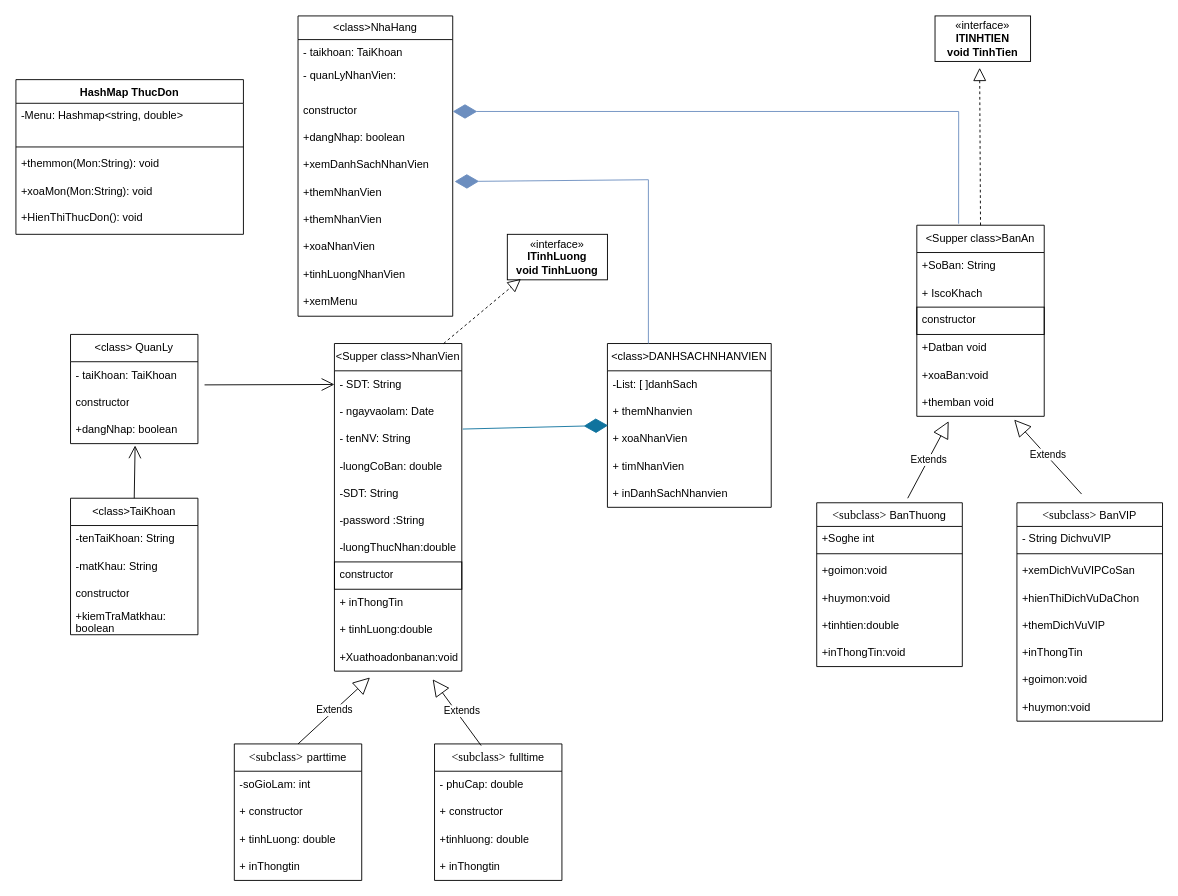
Earlier version of the draw.io diagram Biểu đồ không có tiêu đề.drawio (NguyenMTue/Team_4). Source tidied: cells renumbered, new cells numbered last; positions are measured from the earlier drawing's top-left corner, leaving out a move shared by most shapes. Both pictures are drawn from the tidied source at 91%, with x=0, y=0 at pixel (15, 15).
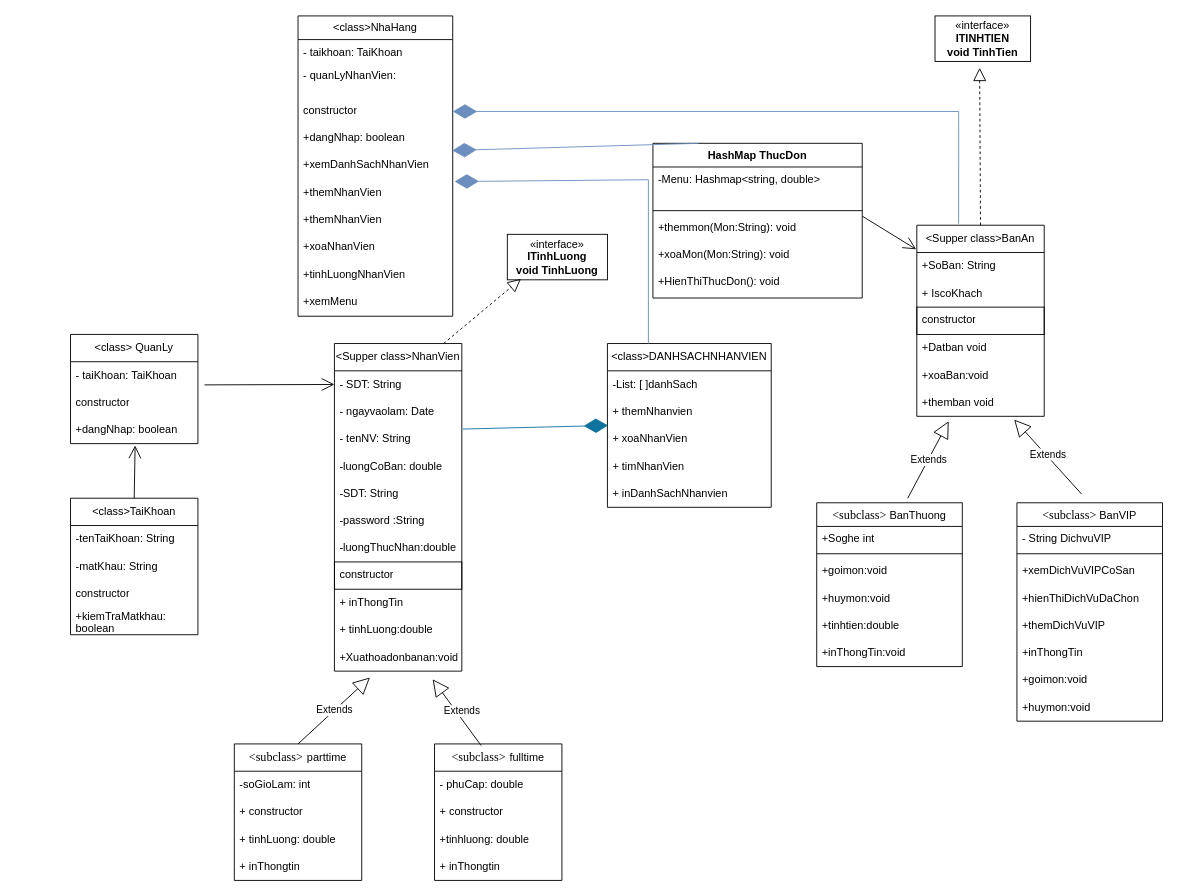
Above is the later version.

Commit message:
Cập nhật Biểu đồ không có tiêu đề.drawio

Unchanged cells that the change refers to:
```xml
<mxCell id="48" value="+xemDanhSachNhanVien" style="text;strokeColor=none;fillColor=none;align=left;verticalAlign=top;spacingLeft=4;spacingRight=4;overflow=hidden;points=[[0,0.5],[1,0.5]];portConstraint=eastwest;whiteSpace=wrap;html=1;" parent="43" vertex="1">
  <mxGeometry y="150" width="170" height="30" as="geometry" />
</mxCell>
<mxCell id="66" value="&amp;lt;Supper class&amp;gt;BanAn" style="swimlane;fontStyle=0;horizontal=1;startSize=30;whiteSpace=wrap;html=1;" parent="1" vertex="1">
  <mxGeometry x="990" y="230" width="140" height="210" as="geometry" />
</mxCell>
```

The edit, as a diff of the source:
```diff
@@
     <mxCell id="59" value="HashMap ThucDon" style="swimlane;fontStyle=1;align=center;verticalAlign=top;horizontal=1;startSize=26;whiteSpace=wrap;html=1;swimlaneFillColor=default;" parent="1" vertex="1">
-      <mxGeometry y="70" width="250" height="170" as="geometry" />
+      <mxGeometry x="700" y="140" width="230" height="170" as="geometry" />
     </mxCell>
     <mxCell id="60" value="-Menu: Hashmap&amp;lt;string, double&amp;gt;" style="text;strokeColor=none;fillColor=none;align=left;verticalAlign=top;spacingLeft=4;spacingRight=4;overflow=hidden;whiteSpace=wrap;html=1;" parent="59" vertex="1">
-      <mxGeometry y="26" width="250" height="44" as="geometry" />
+      <mxGeometry y="26" width="230" height="44" as="geometry" />
     </mxCell>
     <mxCell id="61" style="line;strokeWidth=1;fillColor=none;align=left;verticalAlign=middle;spacingTop=-1;spacingLeft=3;spacingRight=3;labelPosition=right;strokeColor=inherit;" parent="59" vertex="1">
-      <mxGeometry y="70" width="250" height="8" as="geometry" />
+      <mxGeometry y="70" width="230" height="8" as="geometry" />
     </mxCell>
     <mxCell id="62" value="+themmon(Mon:String): void" style="text;strokeColor=none;fillColor=none;align=left;verticalAlign=middle;spacingLeft=4;spacingRight=4;overflow=hidden;whiteSpace=wrap;html=1;" parent="59" vertex="1">
-      <mxGeometry y="78" width="250" height="30" as="geometry" />
+      <mxGeometry y="78" width="230" height="30" as="geometry" />
     </mxCell>
     <mxCell id="63" value="+xoaMon(Mon:String): void" style="text;strokeColor=none;fillColor=none;align=left;verticalAlign=middle;spacingLeft=4;spacingRight=4;overflow=hidden;whiteSpace=wrap;html=1;" parent="59" vertex="1">
-      <mxGeometry y="108" width="250" height="30" as="geometry" />
+      <mxGeometry y="108" width="230" height="30" as="geometry" />
     </mxCell>
     <mxCell id="64" value="&lt;div&gt;+HienThiThucDon(): void&lt;/div&gt;" style="text;strokeColor=none;fillColor=none;align=left;verticalAlign=top;spacingLeft=4;spacingRight=4;overflow=hidden;whiteSpace=wrap;html=1;swimlaneFillColor=default;" parent="59" vertex="1">
-      <mxGeometry y="138" width="250" height="32" as="geometry" />
+      <mxGeometry y="138" width="230" height="32" as="geometry" />
     </mxCell>
@@
+    <mxCell id="93" style="endArrow=open;endFill=1;endSize=12;html=1;rounded=0;entryX=-0.005;entryY=0.126;entryDx=0;entryDy=0;exitX=1.052;exitY=0.848;exitDx=0;exitDy=0;exitPerimeter=0;entryPerimeter=0;" parent="1" edge="1" target="66">
+      <mxGeometry relative="1" as="geometry">
+        <mxPoint x="930" y="220" as="sourcePoint" />
+      </mxGeometry>
+    </mxCell>
+    <mxCell id="94" style="endArrow=diamondThin;endFill=1;endSize=24;html=1;rounded=0;fillColor=#dae8fc;strokeColor=#6c8ebf;entryX=0.997;entryY=-0.071;entryDx=0;entryDy=0;entryPerimeter=0;" parent="1" edge="1" target="48">
+      <mxGeometry relative="1" as="geometry">
+        <mxPoint x="750" y="140" as="sourcePoint" />
+      </mxGeometry>
+    </mxCell>
```
